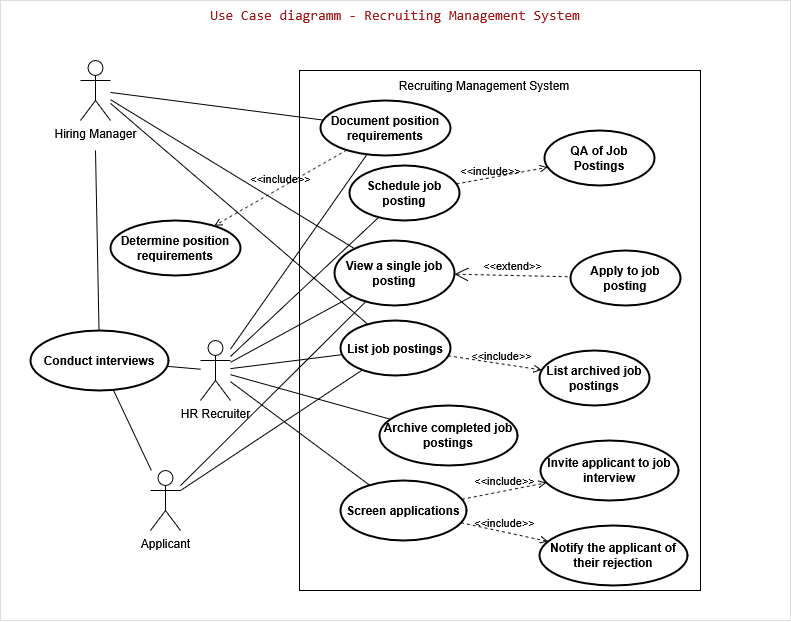
BenJ1337/Recruiting-Management-System keeps this draw.io diagram as requirements management/Use Case Diagramm - Recruiting Management System.drawio.png. Above is the earlier version. Source tidied: cells renumbered, new cells last; positions are measured from the earlier drawing's top-left corner, leaving out a move shared by most shapes.
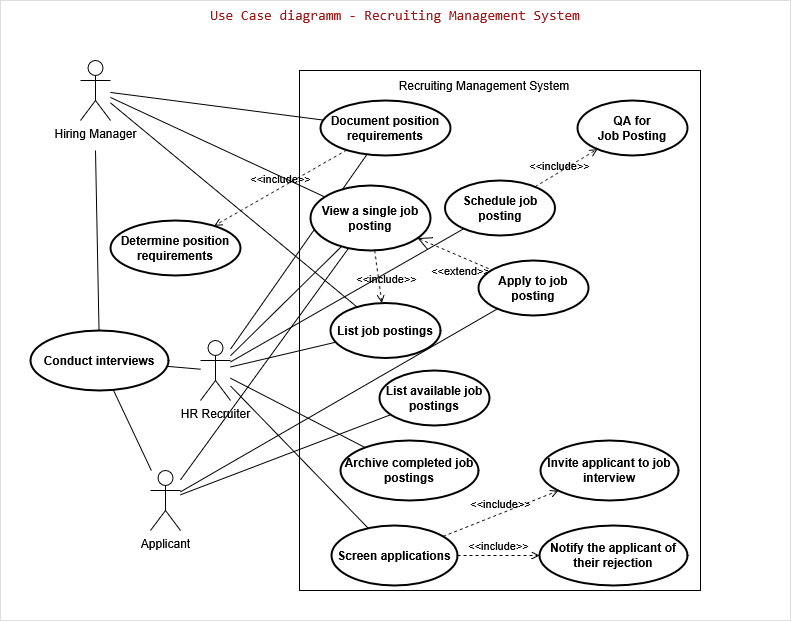
Above is the later version.

Commit message:
refined use case diagram

The edit, as a diff of the source:
```diff
@@ -20,14 +20,14 @@
     <mxCell id="7" style="endArrow=none;html=1;rounded=0;" parent="1" edge="1" source="28" target="18">
       <mxGeometry relative="1" as="geometry" />
     </mxCell>
-    <mxCell id="8" style="endArrow=none;html=1;rounded=0;" parent="1" edge="1" source="28" target="19">
+    <mxCell id="8" style="endArrow=none;html=1;rounded=0;" parent="1" edge="1" source="28" target="43">
       <mxGeometry relative="1" as="geometry" />
     </mxCell>
     <mxCell id="9" value="Determine position requirements" style="shape=ellipse;html=1;strokeWidth=2;fontStyle=1;whiteSpace=wrap;align=center;perimeter=ellipsePerimeter;" parent="1" vertex="1">
       <mxGeometry x="110" y="220" width="130" height="55" as="geometry" />
     </mxCell>
     <mxCell id="10" value="Archive completed job postings" style="shape=ellipse;html=1;strokeWidth=2;fontStyle=1;whiteSpace=wrap;align=center;perimeter=ellipsePerimeter;" parent="1" vertex="1">
-      <mxGeometry x="379" y="405" width="138" height="60" as="geometry" />
+      <mxGeometry x="340" y="440" width="138" height="60" as="geometry" />
     </mxCell>
     <mxCell id="11" value="Conduct interviews " style="shape=ellipse;html=1;strokeWidth=2;fontStyle=1;whiteSpace=wrap;align=center;perimeter=ellipsePerimeter;" parent="1" vertex="1">
       <mxGeometry x="30" y="330" width="138" height="60" as="geometry" />
@@ -47,17 +47,14 @@
       </mxGeometry>
     </mxCell>
     <mxCell id="16" value="Schedule job posting" style="shape=ellipse;html=1;strokeWidth=2;fontStyle=1;whiteSpace=wrap;align=center;perimeter=ellipsePerimeter;" parent="1" vertex="1">
-      <mxGeometry x="349" y="165" width="110" height="55" as="geometry" />
+      <mxGeometry x="444.5" y="180" width="110" height="55" as="geometry" />
     </mxCell>
-    <mxCell id="17" style="endArrow=none;html=1;rounded=0;" parent="1" edge="1" source="30" target="19">
+    <mxCell id="17" style="endArrow=none;html=1;rounded=0;" parent="1" edge="1" source="30" target="43">
       <mxGeometry relative="1" as="geometry" />
     </mxCell>
     <mxCell id="18" value="Document position requirements" style="shape=ellipse;html=1;strokeWidth=2;fontStyle=1;whiteSpace=wrap;align=center;perimeter=ellipsePerimeter;" parent="1" vertex="1">
       <mxGeometry x="320" y="100" width="130" height="55" as="geometry" />
     </mxCell>
-    <mxCell id="19" value="&lt;div&gt;List job postings&lt;/div&gt;" style="shape=ellipse;html=1;strokeWidth=2;fontStyle=1;whiteSpace=wrap;align=center;perimeter=ellipsePerimeter;" parent="1" vertex="1">
-      <mxGeometry x="340" y="320" width="110" height="55" as="geometry" />
-    </mxCell>
     <mxCell id="20" value="&amp;lt;&amp;lt;include&amp;gt;&amp;gt;" style="edgeStyle=none;html=1;endArrow=open;verticalAlign=bottom;dashed=1;labelBackgroundColor=none;rounded=0;" parent="1" edge="1" source="18" target="9">
       <mxGeometry relative="1" as="geometry" />
     </mxCell>
@@ -67,12 +64,6 @@
     <mxCell id="22" style="endArrow=none;html=1;rounded=0;" parent="1" edge="1" source="27" target="19">
       <mxGeometry relative="1" as="geometry" />
     </mxCell>
-    <mxCell id="23" value="&lt;div&gt;List archived job postings&lt;/div&gt;" style="shape=ellipse;html=1;strokeWidth=2;fontStyle=1;whiteSpace=wrap;align=center;perimeter=ellipsePerimeter;" parent="1" vertex="1">
-      <mxGeometry x="539" y="350" width="110" height="55" as="geometry" />
-    </mxCell>
-    <mxCell id="24" value="&amp;lt;&amp;lt;include&amp;gt;&amp;gt;" style="edgeStyle=none;html=1;endArrow=open;verticalAlign=bottom;dashed=1;labelBackgroundColor=none;rounded=0;" parent="1" edge="1" source="19" target="23">
-      <mxGeometry x="0.14" y="-2" relative="1" as="geometry" />
-    </mxCell>
     <mxCell id="25" value="Notify the applicant of their rejection" style="shape=ellipse;html=1;strokeWidth=2;fontStyle=1;whiteSpace=wrap;align=center;perimeter=ellipsePerimeter;" parent="1" vertex="1">
       <mxGeometry x="539" y="525" width="148" height="60" as="geometry" />
     </mxCell>
@@ -91,11 +82,11 @@
     <mxCell id="30" value="Hiring Manager" style="shape=umlActor;html=1;verticalLabelPosition=bottom;verticalAlign=top;align=center;" parent="1" vertex="1">
       <mxGeometry x="80" y="60" width="30" height="60" as="geometry" />
     </mxCell>
-    <mxCell id="31" value="QA of Job Postings" style="shape=ellipse;html=1;strokeWidth=2;fontStyle=1;whiteSpace=wrap;align=center;perimeter=ellipsePerimeter;" parent="1" vertex="1">
-      <mxGeometry x="544" y="130" width="110" height="55" as="geometry" />
+    <mxCell id="31" value="QA for&lt;br&gt;Job Posting" style="shape=ellipse;html=1;strokeWidth=2;fontStyle=1;whiteSpace=wrap;align=center;perimeter=ellipsePerimeter;" parent="1" vertex="1">
+      <mxGeometry x="577" y="100" width="110" height="55" as="geometry" />
     </mxCell>
     <mxCell id="32" value="View a single job posting" style="shape=ellipse;html=1;strokeWidth=2;fontStyle=1;whiteSpace=wrap;align=center;perimeter=ellipsePerimeter;" parent="1" vertex="1">
-      <mxGeometry x="334" y="240" width="120" height="65" as="geometry" />
+      <mxGeometry x="310" y="185" width="120" height="65" as="geometry" />
     </mxCell>
     <mxCell id="33" style="endArrow=none;html=1;rounded=0;" parent="1" edge="1" source="30" target="32">
       <mxGeometry relative="1" as="geometry" />
@@ -104,16 +95,16 @@
       <mxGeometry relative="1" as="geometry" />
     </mxCell>
     <mxCell id="35" value="Screen applications" style="shape=ellipse;html=1;strokeWidth=2;fontStyle=1;whiteSpace=wrap;align=center;perimeter=ellipsePerimeter;" parent="1" vertex="1">
-      <mxGeometry x="340" y="480" width="126" height="60" as="geometry" />
+      <mxGeometry x="331" y="525" width="126" height="60" as="geometry" />
     </mxCell>
     <mxCell id="36" style="endArrow=none;html=1;rounded=0;" parent="1" edge="1" source="27" target="32">
       <mxGeometry relative="1" as="geometry" />
     </mxCell>
     <mxCell id="37" value="Apply to job posting" style="shape=ellipse;html=1;strokeWidth=2;fontStyle=1;whiteSpace=wrap;align=center;perimeter=ellipsePerimeter;" parent="1" vertex="1">
-      <mxGeometry x="570" y="250" width="110" height="55" as="geometry" />
+      <mxGeometry x="478" y="260" width="110" height="55" as="geometry" />
     </mxCell>
     <mxCell id="38" value="&amp;lt;&amp;lt;extend&amp;gt;&amp;gt;" style="edgeStyle=none;html=1;startArrow=open;endArrow=none;startSize=12;verticalAlign=bottom;dashed=1;labelBackgroundColor=none;rounded=0;" parent="1" edge="1" source="32" target="37">
-      <mxGeometry relative="1" as="geometry" />
+      <mxGeometry x="0.39" y="-22" relative="1" as="geometry" />
     </mxCell>
     <mxCell id="39" value="Invite applicant to job interview" style="shape=ellipse;html=1;strokeWidth=2;fontStyle=1;whiteSpace=wrap;align=center;perimeter=ellipsePerimeter;" parent="1" vertex="1">
       <mxGeometry x="540" y="440" width="138" height="60" as="geometry" />
@@ -124,5 +115,17 @@
     <mxCell id="41" value="&lt;div style=&quot;color: rgb(59, 59, 59); background-color: rgb(255, 255, 255); font-family: Consolas, &amp;quot;Courier New&amp;quot;, monospace; font-weight: normal; font-size: 14px; line-height: 19px; white-space: pre;&quot;&gt;&lt;div&gt;&lt;span style=&quot;color: rgb(163, 21, 21);&quot;&gt;Use Case diagramm - Recruiting Management System&lt;/span&gt;&lt;/div&gt;&lt;/div&gt;" style="text;html=1;align=center;verticalAlign=middle;whiteSpace=wrap;rounded=0;" parent="1" vertex="1">
       <mxGeometry width="790" height="30" as="geometry" />
     </mxCell>
+    <mxCell id="42" style="endArrow=none;html=1;rounded=0;" parent="1" edge="1" source="27" target="37">
+      <mxGeometry relative="1" as="geometry" />
+    </mxCell>
+    <mxCell id="19" value="&lt;div&gt;List available job postings&lt;/div&gt;" style="shape=ellipse;html=1;strokeWidth=2;fontStyle=1;whiteSpace=wrap;align=center;perimeter=ellipsePerimeter;" parent="1" vertex="1">
+      <mxGeometry x="379" y="370" width="110" height="55" as="geometry" />
+    </mxCell>
+    <mxCell id="24" value="&amp;lt;&amp;lt;include&amp;gt;&amp;gt;" style="edgeStyle=none;html=1;endArrow=open;verticalAlign=bottom;dashed=1;labelBackgroundColor=none;rounded=0;" parent="1" edge="1" source="32" target="43">
+      <mxGeometry x="0.47" y="7" relative="1" as="geometry" />
+    </mxCell>
+    <mxCell id="43" value="&lt;div&gt;List job postings&lt;/div&gt;" style="shape=ellipse;html=1;strokeWidth=2;fontStyle=1;whiteSpace=wrap;align=center;perimeter=ellipsePerimeter;" parent="1" vertex="1">
+      <mxGeometry x="330" y="302.5" width="110" height="55" as="geometry" />
+    </mxCell>
   </root>
 </mxGraphModel>
```
